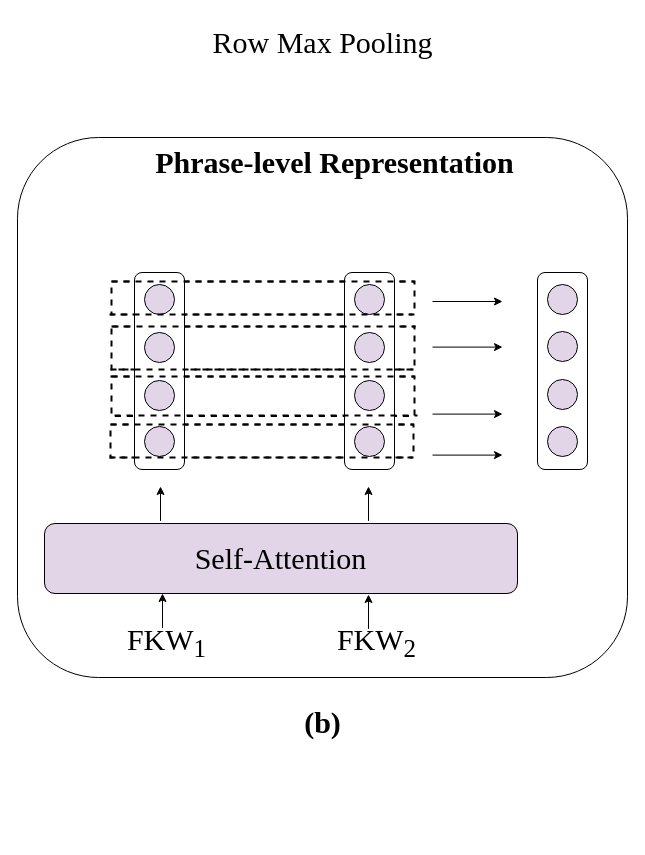
Before: text_match/fin-phrase.drawio in lengyueit/paper_pic, a draw.io diagram. Source tidied: cells renumbered, new cells numbered last; positions are measured from the earlier drawing's top-left corner, leaving out a move shared by most shapes. Both pictures are drawn from the tidied source at 100%, with x=0, y=0 at pixel (17, 17).
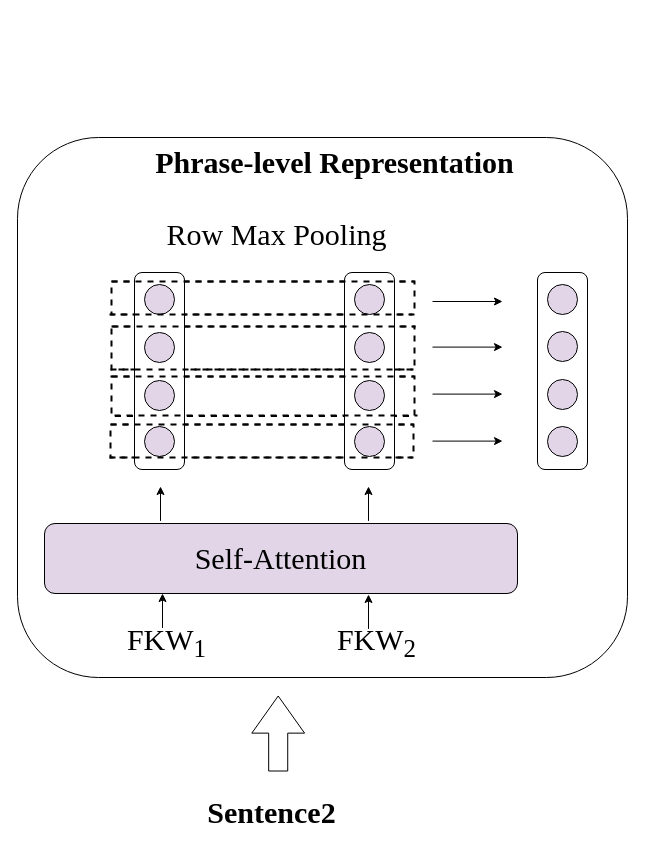
The same page after the edit.

The edit, as a diff of the source:
```diff
@@
-    <mxCell id="7" value="&lt;font face=&quot;Times New Roman&quot;&gt;&lt;span style=&quot;font-size: 30px;&quot;&gt;&lt;b&gt;(b)&lt;/b&gt;&lt;/span&gt;&lt;/font&gt;" style="text;html=1;align=center;verticalAlign=middle;strokeColor=none;fillColor=none;" parent="1" vertex="1">
-      <mxGeometry x="275" y="680" width="60" height="50" as="geometry" />
-    </mxCell>
@@
     <mxCell id="12" value="&lt;font face=&quot;Times New Roman&quot; style=&quot;font-size: 30px;&quot;&gt;Row Max Pooling&lt;/font&gt;" style="text;html=1;align=center;verticalAlign=middle;strokeColor=none;fillColor=none;" parent="1" vertex="1">
-      <mxGeometry x="185" width="240" height="50" as="geometry" />
+      <mxGeometry x="139" y="192" width="240" height="50" as="geometry" />
     </mxCell>
@@
     <mxCell id="19" style="endArrow=classic;html=1;rounded=0;" parent="1" edge="1">
       <mxGeometry relative="1" as="geometry">
-        <mxPoint x="415" y="396.6" as="sourcePoint" />
-        <mxPoint x="485" y="396.6" as="targetPoint" />
+        <mxPoint x="415" y="376.6" as="sourcePoint" />
+        <mxPoint x="485" y="376.6" as="targetPoint" />
       </mxGeometry>
     </mxCell>
     <mxCell id="20" style="endArrow=classic;html=1;rounded=0;" parent="1" edge="1">
       <mxGeometry relative="1" as="geometry">
-        <mxPoint x="415" y="437.6" as="sourcePoint" />
-        <mxPoint x="485" y="437.6" as="targetPoint" />
+        <mxPoint x="415" y="423.6" as="sourcePoint" />
+        <mxPoint x="485" y="423.6" as="targetPoint" />
       </mxGeometry>
     </mxCell>
@@
+    <mxCell id="46" value="&lt;font face=&quot;Times New Roman&quot; style=&quot;font-size: 30px;&quot;&gt;&lt;b&gt;Sentence2&lt;br&gt;&lt;/b&gt;&lt;/font&gt;" style="text;html=1;align=center;verticalAlign=middle;strokeColor=none;fillColor=none;" parent="1" vertex="1">
+      <mxGeometry x="179" y="770" width="150" height="50" as="geometry" />
+    </mxCell>
+    <mxCell id="47" style="shape=flexArrow;endArrow=classic;html=1;rounded=0;endWidth=32.72727272727273;endSize=12.047619047619047;width=19.047619047619047;" parent="1" edge="1">
+      <mxGeometry relative="1" as="geometry">
+        <mxPoint x="260.7" y="754" as="sourcePoint" />
+        <mxPoint x="260.7" y="678" as="targetPoint" />
+      </mxGeometry>
+    </mxCell>
```
